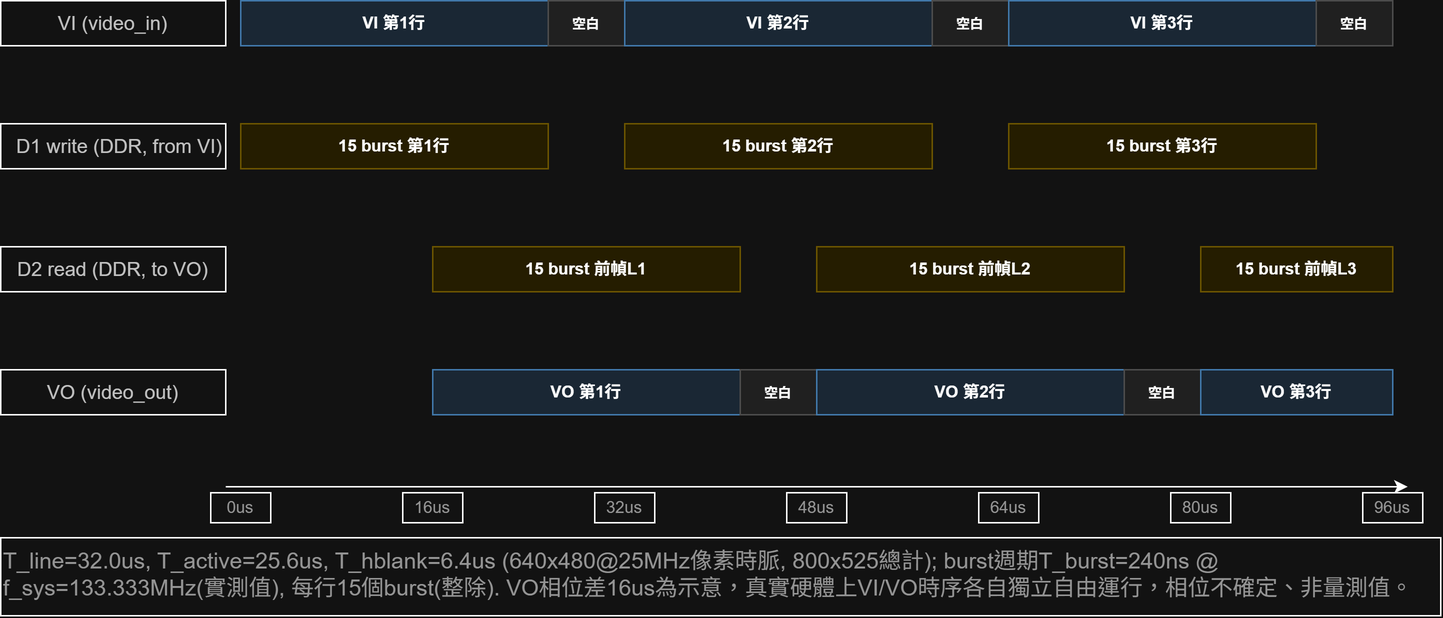
The draw.io diagram hdmi-in/image/TSPEC-A_直接顯示模式.drawio.png in c111185103-alt/VI-IP-VO, before a commit. Source tidied: cells renumbered, new cells last; positions are measured from the earlier drawing's top-left corner, leaving out a move shared by most shapes.
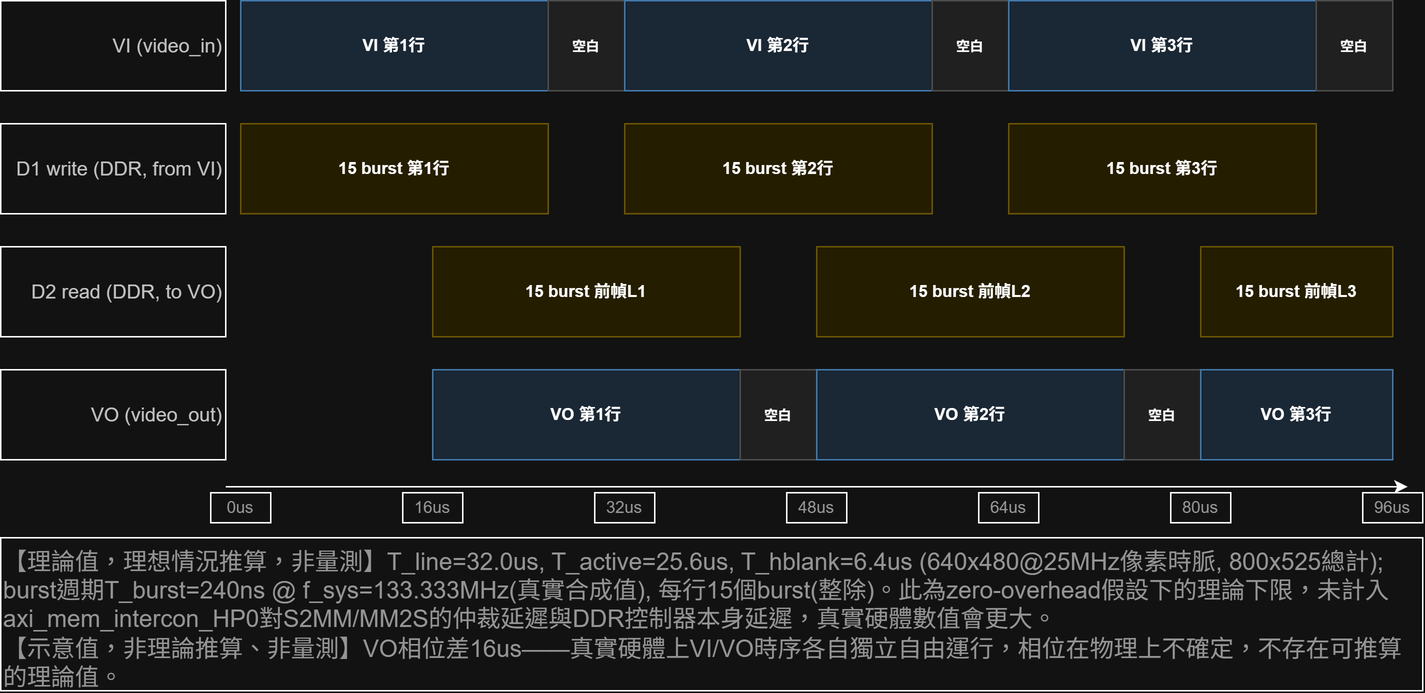
Later version of the same file.

Commit message:
Re-export TSPEC-A PNG with theoretical/illustrative value labels

Change to the diagram source:
```diff
@@ -2,68 +2,68 @@
   <root>
     <mxCell id="0" />
     <mxCell id="1" parent="0" />
-    <mxCell id="2" value="VI (video_in)" style="whiteSpace=wrap;html=1;align=center;verticalAlign=middle;fontSize=13;fontColor=#333333;" parent="1" vertex="1">
-      <mxGeometry width="150" height="30" as="geometry" />
+    <mxCell id="2" value="VI (video_in)" style="whiteSpace=wrap;html=1;align=right;verticalAlign=middle;fontSize=13;fontColor=#333333;" parent="1" vertex="1">
+      <mxGeometry width="150" height="60" as="geometry" />
     </mxCell>
     <mxCell id="3" value="D1 write (DDR, from VI)" style="whiteSpace=wrap;html=1;align=right;verticalAlign=middle;fontSize=13;fontColor=#333333;" parent="1" vertex="1">
-      <mxGeometry y="82" width="150" height="30" as="geometry" />
+      <mxGeometry y="82" width="150" height="60" as="geometry" />
     </mxCell>
-    <mxCell id="4" value="D2 read (DDR, to VO)" style="whiteSpace=wrap;html=1;align=center;verticalAlign=middle;fontSize=13;fontColor=#333333;" parent="1" vertex="1">
-      <mxGeometry y="164" width="150" height="30" as="geometry" />
+    <mxCell id="4" value="D2 read (DDR, to VO)" style="whiteSpace=wrap;html=1;align=right;verticalAlign=middle;fontSize=13;fontColor=#333333;" parent="1" vertex="1">
+      <mxGeometry y="164" width="150" height="60" as="geometry" />
     </mxCell>
-    <mxCell id="5" value="VO (video_out)" style="whiteSpace=wrap;html=1;align=center;verticalAlign=middle;fontSize=13;fontColor=#333333;" parent="1" vertex="1">
-      <mxGeometry y="246" width="150" height="30" as="geometry" />
+    <mxCell id="5" value="VO (video_out)" style="whiteSpace=wrap;html=1;align=right;verticalAlign=middle;fontSize=13;fontColor=#333333;" parent="1" vertex="1">
+      <mxGeometry y="246" width="150" height="60" as="geometry" />
     </mxCell>
     <mxCell id="6" value="&lt;div&gt;&lt;font style=&quot;font-size: 11px;&quot;&gt;&lt;b&gt;VI 第1行&lt;/b&gt;&lt;/font&gt;&lt;/div&gt;" style="whiteSpace=wrap;html=1;verticalAlign=middle;align=center;fillColor=#DCEBFA;strokeColor=#5B9BD5;" parent="1" vertex="1">
-      <mxGeometry x="160" width="205" height="30" as="geometry" />
+      <mxGeometry x="160" width="205" height="60" as="geometry" />
     </mxCell>
     <mxCell id="7" value="&lt;div&gt;&lt;font style=&quot;font-size: 9px;&quot;&gt;&lt;b&gt;空白&lt;/b&gt;&lt;/font&gt;&lt;/div&gt;" style="whiteSpace=wrap;html=1;verticalAlign=middle;align=center;fillColor=#EFEFEF;strokeColor=#BBBBBB;" parent="1" vertex="1">
-      <mxGeometry x="365" width="51" height="30" as="geometry" />
+      <mxGeometry x="365" width="51" height="60" as="geometry" />
     </mxCell>
     <mxCell id="8" value="&lt;div&gt;&lt;font style=&quot;font-size: 11px;&quot;&gt;&lt;b&gt;VI 第2行&lt;/b&gt;&lt;/font&gt;&lt;/div&gt;" style="whiteSpace=wrap;html=1;verticalAlign=middle;align=center;fillColor=#DCEBFA;strokeColor=#5B9BD5;" parent="1" vertex="1">
-      <mxGeometry x="416" width="205" height="30" as="geometry" />
+      <mxGeometry x="416" width="205" height="60" as="geometry" />
     </mxCell>
     <mxCell id="9" value="&lt;div&gt;&lt;font style=&quot;font-size: 9px;&quot;&gt;&lt;b&gt;空白&lt;/b&gt;&lt;/font&gt;&lt;/div&gt;" style="whiteSpace=wrap;html=1;verticalAlign=middle;align=center;fillColor=#EFEFEF;strokeColor=#BBBBBB;" parent="1" vertex="1">
-      <mxGeometry x="621" width="51" height="30" as="geometry" />
+      <mxGeometry x="621" width="51" height="60" as="geometry" />
     </mxCell>
     <mxCell id="10" value="&lt;div&gt;&lt;font style=&quot;font-size: 11px;&quot;&gt;&lt;b&gt;VI 第3行&lt;/b&gt;&lt;/font&gt;&lt;/div&gt;" style="whiteSpace=wrap;html=1;verticalAlign=middle;align=center;fillColor=#DCEBFA;strokeColor=#5B9BD5;" parent="1" vertex="1">
-      <mxGeometry x="672" width="205" height="30" as="geometry" />
+      <mxGeometry x="672" width="205" height="60" as="geometry" />
     </mxCell>
     <mxCell id="11" value="&lt;div&gt;&lt;font style=&quot;font-size: 9px;&quot;&gt;&lt;b&gt;空白&lt;/b&gt;&lt;/font&gt;&lt;/div&gt;" style="whiteSpace=wrap;html=1;verticalAlign=middle;align=center;fillColor=#EFEFEF;strokeColor=#BBBBBB;" parent="1" vertex="1">
-      <mxGeometry x="877" width="51" height="30" as="geometry" />
+      <mxGeometry x="877" width="51" height="60" as="geometry" />
     </mxCell>
     <mxCell id="12" value="&lt;div&gt;&lt;font style=&quot;font-size: 11px;&quot;&gt;&lt;b&gt;15 burst 第1行&lt;/b&gt;&lt;/font&gt;&lt;/div&gt;" style="whiteSpace=wrap;html=1;verticalAlign=middle;align=center;fillColor=#FBF3CF;strokeColor=#D4B93C;" parent="1" vertex="1">
-      <mxGeometry x="160" y="82" width="205" height="30" as="geometry" />
+      <mxGeometry x="160" y="82" width="205" height="60" as="geometry" />
     </mxCell>
     <mxCell id="13" value="&lt;div&gt;&lt;font style=&quot;font-size: 11px;&quot;&gt;&lt;b&gt;15 burst 第2行&lt;/b&gt;&lt;/font&gt;&lt;/div&gt;" style="whiteSpace=wrap;html=1;verticalAlign=middle;align=center;fillColor=#FBF3CF;strokeColor=#D4B93C;" parent="1" vertex="1">
-      <mxGeometry x="416" y="82" width="205" height="30" as="geometry" />
+      <mxGeometry x="416" y="82" width="205" height="60" as="geometry" />
     </mxCell>
     <mxCell id="14" value="&lt;div&gt;&lt;font style=&quot;font-size: 11px;&quot;&gt;&lt;b&gt;15 burst 第3行&lt;/b&gt;&lt;/font&gt;&lt;/div&gt;" style="whiteSpace=wrap;html=1;verticalAlign=middle;align=center;fillColor=#FBF3CF;strokeColor=#D4B93C;" parent="1" vertex="1">
-      <mxGeometry x="672" y="82" width="205" height="30" as="geometry" />
+      <mxGeometry x="672" y="82" width="205" height="60" as="geometry" />
     </mxCell>
     <mxCell id="15" value="&lt;div&gt;&lt;font style=&quot;font-size: 11px;&quot;&gt;&lt;b&gt;15 burst 前幀L1&lt;/b&gt;&lt;/font&gt;&lt;/div&gt;" style="whiteSpace=wrap;html=1;verticalAlign=middle;align=center;fillColor=#FBF3CF;strokeColor=#D4B93C;" parent="1" vertex="1">
-      <mxGeometry x="288" y="164" width="205" height="30" as="geometry" />
+      <mxGeometry x="288" y="164" width="205" height="60" as="geometry" />
     </mxCell>
     <mxCell id="16" value="&lt;div&gt;&lt;font style=&quot;font-size: 11px;&quot;&gt;&lt;b&gt;VO 第1行&lt;/b&gt;&lt;/font&gt;&lt;/div&gt;" style="whiteSpace=wrap;html=1;verticalAlign=middle;align=center;fillColor=#DCEBFA;strokeColor=#5B9BD5;" parent="1" vertex="1">
-      <mxGeometry x="288" y="246" width="205" height="30" as="geometry" />
+      <mxGeometry x="288" y="246" width="205" height="60" as="geometry" />
     </mxCell>
     <mxCell id="17" value="&lt;div&gt;&lt;font style=&quot;font-size: 9px;&quot;&gt;&lt;b&gt;空白&lt;/b&gt;&lt;/font&gt;&lt;/div&gt;" style="whiteSpace=wrap;html=1;verticalAlign=middle;align=center;fillColor=#EFEFEF;strokeColor=#BBBBBB;" parent="1" vertex="1">
-      <mxGeometry x="493" y="246" width="51" height="30" as="geometry" />
+      <mxGeometry x="493" y="246" width="51" height="60" as="geometry" />
     </mxCell>
     <mxCell id="18" value="&lt;div&gt;&lt;font style=&quot;font-size: 11px;&quot;&gt;&lt;b&gt;15 burst 前幀L2&lt;/b&gt;&lt;/font&gt;&lt;/div&gt;" style="whiteSpace=wrap;html=1;verticalAlign=middle;align=center;fillColor=#FBF3CF;strokeColor=#D4B93C;" parent="1" vertex="1">
-      <mxGeometry x="544" y="164" width="205" height="30" as="geometry" />
+      <mxGeometry x="544" y="164" width="205" height="60" as="geometry" />
     </mxCell>
     <mxCell id="19" value="&lt;div&gt;&lt;font style=&quot;font-size: 11px;&quot;&gt;&lt;b&gt;VO 第2行&lt;/b&gt;&lt;/font&gt;&lt;/div&gt;" style="whiteSpace=wrap;html=1;verticalAlign=middle;align=center;fillColor=#DCEBFA;strokeColor=#5B9BD5;" parent="1" vertex="1">
-      <mxGeometry x="544" y="246" width="205" height="30" as="geometry" />
+      <mxGeometry x="544" y="246" width="205" height="60" as="geometry" />
     </mxCell>
     <mxCell id="20" value="&lt;div&gt;&lt;font style=&quot;font-size: 9px;&quot;&gt;&lt;b&gt;空白&lt;/b&gt;&lt;/font&gt;&lt;/div&gt;" style="whiteSpace=wrap;html=1;verticalAlign=middle;align=center;fillColor=#EFEFEF;strokeColor=#BBBBBB;" parent="1" vertex="1">
-      <mxGeometry x="749" y="246" width="51" height="30" as="geometry" />
+      <mxGeometry x="749" y="246" width="51" height="60" as="geometry" />
     </mxCell>
     <mxCell id="21" value="&lt;div&gt;&lt;font style=&quot;font-size: 11px;&quot;&gt;&lt;b&gt;15 burst 前幀L3&lt;/b&gt;&lt;/font&gt;&lt;/div&gt;" style="whiteSpace=wrap;html=1;verticalAlign=middle;align=center;fillColor=#FBF3CF;strokeColor=#D4B93C;" parent="1" vertex="1">
-      <mxGeometry x="800" y="164" width="128" height="30" as="geometry" />
+      <mxGeometry x="800" y="164" width="128" height="60" as="geometry" />
     </mxCell>
     <mxCell id="22" value="&lt;div&gt;&lt;font style=&quot;font-size: 11px;&quot;&gt;&lt;b&gt;VO 第3行&lt;/b&gt;&lt;/font&gt;&lt;/div&gt;" style="whiteSpace=wrap;html=1;verticalAlign=middle;align=center;fillColor=#DCEBFA;strokeColor=#5B9BD5;" parent="1" vertex="1">
-      <mxGeometry x="800" y="246" width="128" height="30" as="geometry" />
+      <mxGeometry x="800" y="246" width="128" height="60" as="geometry" />
     </mxCell>
     <mxCell id="23" value="0us" style="whiteSpace=wrap;html=1;align=center;verticalAlign=middle;fontSize=11;fontColor=#666666;" parent="1" vertex="1">
       <mxGeometry x="140" y="328" width="40" height="20" as="geometry" />
@@ -92,8 +92,8 @@
         <mxPoint x="938" y="324" as="targetPoint" />
       </mxGeometry>
     </mxCell>
-    <mxCell id="31" value="&lt;font style=&quot;font-size: 15px;&quot;&gt;T_line=32.0us, T_active=25.6us, T_hblank=6.4us (640x480@25MHz像素時脈, 800x525總計); burst週期T_burst=240ns @ f_sys=133.333MHz(實測值), 每行15個burst(整除). VO相位差16us為示意，真實硬體上VI/VO時序各自獨立自由運行，相位不確定、非量測值。&lt;/font&gt;" style="whiteSpace=wrap;html=1;align=left;verticalAlign=top;fontSize=12;fontColor=#666666;" parent="1" vertex="1">
-      <mxGeometry y="358" width="960" height="52" as="geometry" />
+    <mxCell id="31" value="&lt;font style=&quot;font-size: 16px;&quot;&gt;【理論值，理想情況推算，非量測】T_line=32.0us, T_active=25.6us, T_hblank=6.4us (640x480@25MHz像素時脈, 800x525總計); burst週期T_burst=240ns @ f_sys=133.333MHz(真實合成值), 每行15個burst(整除)。此為zero-overhead假設下的理論下限，未計入axi_mem_intercon_HP0對S2MM/MM2S的仲裁延遲與DDR控制器本身延遲，真實硬體數值會更大。&lt;br&gt;【示意值，非理論推算、非量測】VO相位差16us——真實硬體上VI/VO時序各自獨立自由運行，相位在物理上不確定，不存在可推算的理論值。&lt;/font&gt;" style="whiteSpace=wrap;html=1;align=left;verticalAlign=top;fontSize=12;fontColor=#666666;" parent="1" vertex="1">
+      <mxGeometry y="358" width="948" height="102" as="geometry" />
     </mxCell>
   </root>
 </mxGraphModel>
```
